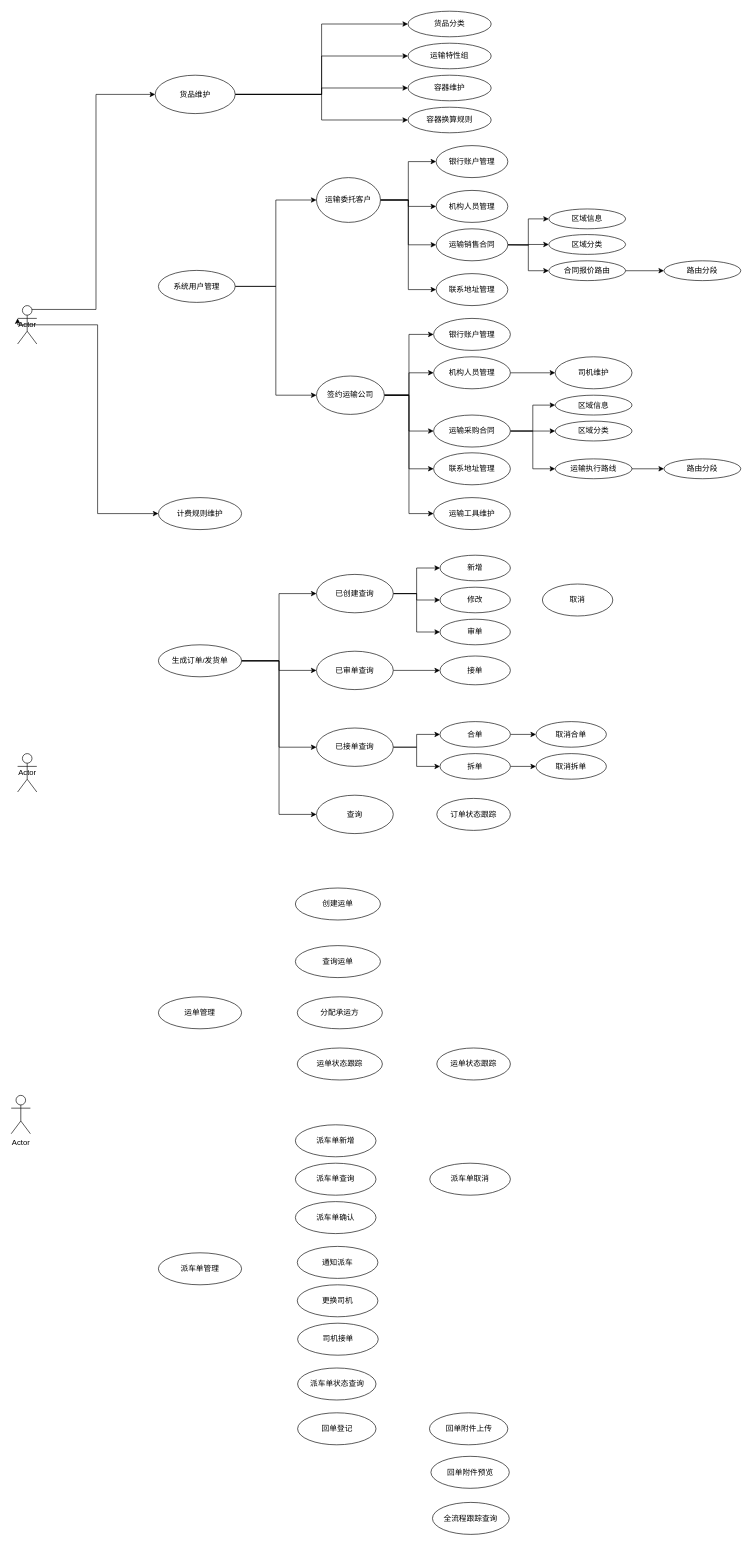
Before: user-case.drawio in coding-now/blog-comments, a draw.io diagram. Source tidied: cells renumbered, new cells numbered last; positions are measured from the earlier drawing's top-left corner, leaving out a move shared by most shapes. Both pictures are drawn from the tidied source at 64%, with x=0, y=0 at pixel (11, 11).
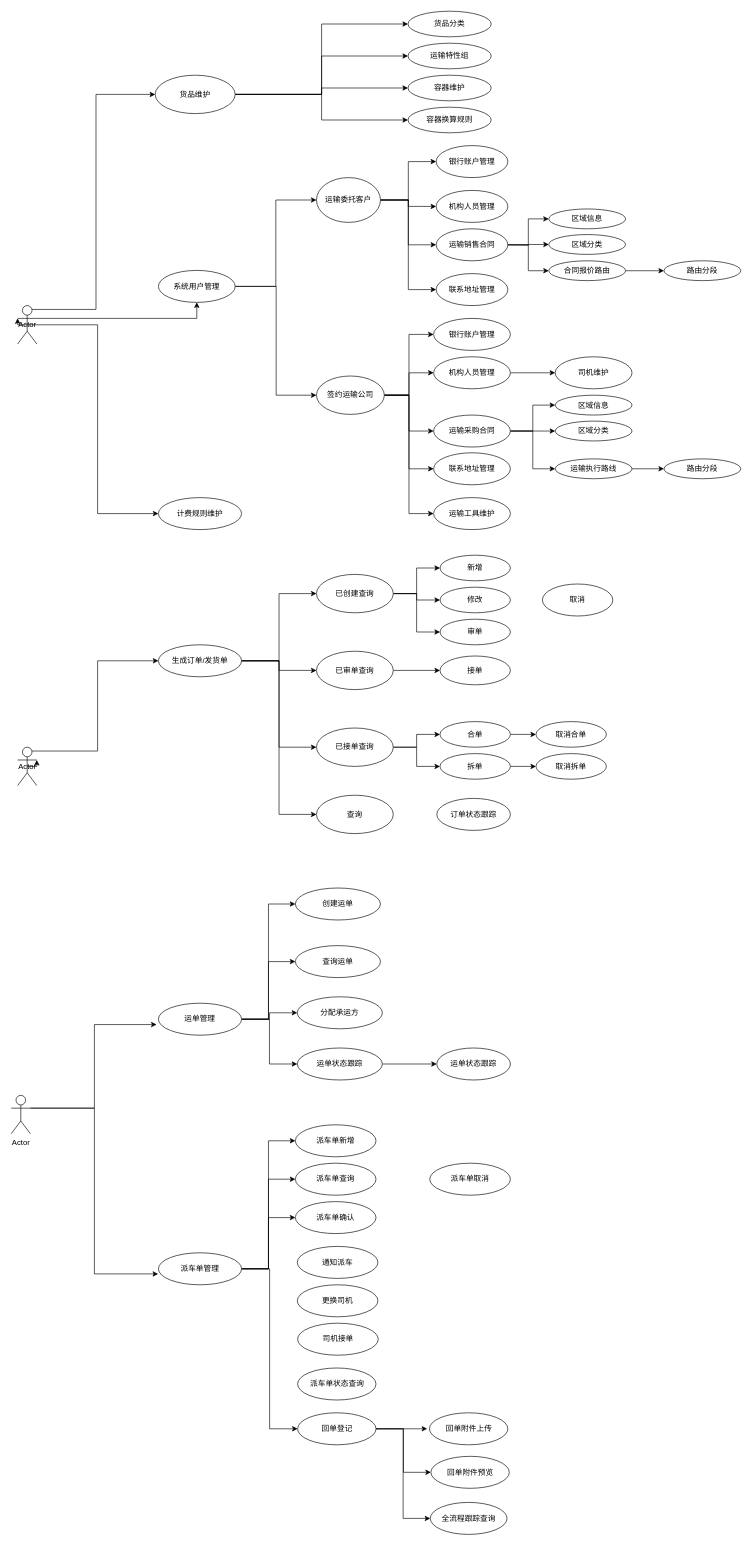
The same diagram, later.

Unchanged cells that the change refers to:
```xml
<mxCell id="4" value="Actor" style="shape=umlActor;verticalLabelPosition=middle;verticalAlign=middle;html=1;labelPosition=center;align=center;" parent="1" vertex="1">
  <mxGeometry x="10" y="460" width="30" height="60" as="geometry" />
</mxCell>
<mxCell id="16" value="系统用户管理" style="ellipse;whiteSpace=wrap;html=1;labelPosition=center;verticalLabelPosition=middle;align=center;verticalAlign=middle;" parent="1" vertex="1">
  <mxGeometry x="230" y="405" width="120" height="50" as="geometry" />
</mxCell>
<mxCell id="27" value="签约运输公司" style="ellipse;whiteSpace=wrap;html=1;labelPosition=center;verticalLabelPosition=middle;align=center;verticalAlign=middle;" parent="1" vertex="1">
  <mxGeometry x="477" y="570" width="106" height="60" as="geometry" />
</mxCell>
<mxCell id="58" value="生成订单/发货单" style="ellipse;whiteSpace=wrap;html=1;labelPosition=center;verticalLabelPosition=middle;align=center;verticalAlign=middle;" parent="1" vertex="1">
  <mxGeometry x="230" y="990" width="130" height="50" as="geometry" />
</mxCell>
<mxCell id="85" value="创建运单" style="ellipse;whiteSpace=wrap;html=1;labelPosition=center;verticalLabelPosition=middle;align=center;verticalAlign=middle;" parent="1" vertex="1">
  <mxGeometry x="444" y="1370" width="133" height="50" as="geometry" />
</mxCell>
<mxCell id="86" value="查询运单" style="ellipse;whiteSpace=wrap;html=1;labelPosition=center;verticalLabelPosition=middle;align=center;verticalAlign=middle;" parent="1" vertex="1">
  <mxGeometry x="444" y="1460" width="133" height="50" as="geometry" />
</mxCell>
<mxCell id="87" value="分配承运方" style="ellipse;whiteSpace=wrap;html=1;labelPosition=center;verticalLabelPosition=middle;align=center;verticalAlign=middle;" parent="1" vertex="1">
  <mxGeometry x="447" y="1540" width="133" height="50" as="geometry" />
</mxCell>
<mxCell id="88" value="运单状态跟踪" style="ellipse;whiteSpace=wrap;html=1;labelPosition=center;verticalLabelPosition=middle;align=center;verticalAlign=middle;" parent="1" vertex="1">
  <mxGeometry x="447" y="1620" width="133" height="50" as="geometry" />
</mxCell>
<mxCell id="89" value="运单状态跟踪" style="ellipse;whiteSpace=wrap;html=1;labelPosition=center;verticalLabelPosition=middle;align=center;verticalAlign=middle;" parent="1" vertex="1">
  <mxGeometry x="665" y="1620" width="115" height="50" as="geometry" />
</mxCell>
<mxCell id="90" value="派车单管理" style="ellipse;whiteSpace=wrap;html=1;labelPosition=center;verticalLabelPosition=middle;align=center;verticalAlign=middle;" parent="1" vertex="1">
  <mxGeometry x="230" y="1940" width="130" height="50" as="geometry" />
</mxCell>
<mxCell id="91" value="派车单新增" style="ellipse;whiteSpace=wrap;html=1;labelPosition=center;verticalLabelPosition=middle;align=center;verticalAlign=middle;" parent="1" vertex="1">
  <mxGeometry x="444" y="1740" width="126" height="50" as="geometry" />
</mxCell>
<mxCell id="92" value="派车单查询" style="ellipse;whiteSpace=wrap;html=1;labelPosition=center;verticalLabelPosition=middle;align=center;verticalAlign=middle;" parent="1" vertex="1">
  <mxGeometry x="444" y="1800" width="126" height="50" as="geometry" />
</mxCell>
<mxCell id="93" value="派车单确认" style="ellipse;whiteSpace=wrap;html=1;labelPosition=center;verticalLabelPosition=middle;align=center;verticalAlign=middle;" parent="1" vertex="1">
  <mxGeometry x="444" y="1860" width="126" height="50" as="geometry" />
</mxCell>
<mxCell id="99" value="回单登记" style="ellipse;whiteSpace=wrap;html=1;labelPosition=center;verticalLabelPosition=middle;align=center;verticalAlign=middle;" parent="1" vertex="1">
  <mxGeometry x="447.5" y="2190" width="122.5" height="50" as="geometry" />
</mxCell>
<mxCell id="101" value="回单附件预览&lt;br&gt;" style="ellipse;whiteSpace=wrap;html=1;labelPosition=center;verticalLabelPosition=middle;align=center;verticalAlign=middle;" parent="1" vertex="1">
  <mxGeometry x="655.8" y="2258" width="122.5" height="50" as="geometry" />
</mxCell>
<mxCell id="104" value="Actor" style="shape=umlActor;verticalLabelPosition=bottom;verticalAlign=top;html=1;" parent="1" vertex="1">
  <mxGeometry y="1694" width="30" height="60" as="geometry" />
</mxCell>
```

The edit, as a diff of the source:
```diff
@@
+    <mxCell id="105" style="edgeStyle=orthogonalEdgeStyle;rounded=0;jettySize=auto;html=1;exitX=1;exitY=0.3333333333333333;exitDx=0;exitDy=0;exitPerimeter=0;entryX=0.5;entryY=1;entryDx=0;entryDy=0;" parent="1" edge="1" source="4" target="16">
+      <mxGeometry relative="1" as="geometry" />
+    </mxCell>
@@
     <mxCell id="15" style="edgeStyle=orthogonalEdgeStyle;rounded=0;jettySize=auto;html=1;exitX=1;exitY=0.5;exitDx=0;exitDy=0;entryX=0;entryY=0.5;entryDx=0;entryDy=0;labelPosition=center;verticalLabelPosition=middle;align=center;verticalAlign=middle;" parent="1" edge="1" source="16" target="27">
-      <mxGeometry relative="1" as="geometry" />
+      <mxGeometry relative="1" as="geometry">
+        <Array as="points">
+          <mxPoint x="414" y="430" />
+          <mxPoint x="414" y="600" />
+        </Array>
+      </mxGeometry>
     </mxCell>
@@
+    <mxCell id="106" style="edgeStyle=orthogonalEdgeStyle;rounded=0;jettySize=auto;html=1;exitX=1;exitY=0.5;exitDx=0;exitDy=0;entryX=0;entryY=0.5;entryDx=0;entryDy=0;" parent="1" edge="1" source="59" target="85">
+      <mxGeometry relative="1" as="geometry" />
+    </mxCell>
+    <mxCell id="107" style="edgeStyle=orthogonalEdgeStyle;rounded=0;jettySize=auto;html=1;exitX=1;exitY=0.5;exitDx=0;exitDy=0;entryX=0;entryY=0.5;entryDx=0;entryDy=0;" parent="1" edge="1" source="59" target="88">
+      <mxGeometry relative="1" as="geometry" />
+    </mxCell>
+    <mxCell id="108" style="edgeStyle=orthogonalEdgeStyle;rounded=0;jettySize=auto;html=1;exitX=1;exitY=0.5;exitDx=0;exitDy=0;entryX=0;entryY=0.5;entryDx=0;entryDy=0;" parent="1" edge="1" source="59" target="86">
+      <mxGeometry relative="1" as="geometry" />
+    </mxCell>
+    <mxCell id="109" style="edgeStyle=orthogonalEdgeStyle;rounded=0;jettySize=auto;html=1;exitX=1;exitY=0.5;exitDx=0;exitDy=0;" parent="1" edge="1" source="59" target="87">
+      <mxGeometry relative="1" as="geometry" />
+    </mxCell>
     <mxCell id="59" value="运单管理" style="ellipse;whiteSpace=wrap;html=1;labelPosition=center;verticalLabelPosition=middle;align=center;verticalAlign=middle;" parent="1" vertex="1">
-      <mxGeometry x="230" y="1540" width="130" height="50" as="geometry" />
+      <mxGeometry x="230" y="1550" width="130" height="50" as="geometry" />
     </mxCell>
@@
+    <mxCell id="110" style="edgeStyle=orthogonalEdgeStyle;rounded=0;jettySize=auto;html=1;exitX=0.75;exitY=0.1;exitDx=0;exitDy=0;exitPerimeter=0;entryX=0;entryY=0.5;entryDx=0;entryDy=0;" parent="1" edge="1" source="62" target="58">
+      <mxGeometry relative="1" as="geometry" />
+    </mxCell>
     <mxCell id="62" value="Actor" style="shape=umlActor;verticalLabelPosition=middle;verticalAlign=middle;html=1;labelPosition=center;align=center;" parent="1" vertex="1">
-      <mxGeometry x="10" y="1160" width="30" height="60" as="geometry" />
+      <mxGeometry x="10" y="1150" width="30" height="60" as="geometry" />
     </mxCell>
@@
+    <mxCell id="111" style="edgeStyle=orthogonalEdgeStyle;rounded=0;jettySize=auto;html=1;exitX=1;exitY=0.5;exitDx=0;exitDy=0;entryX=0;entryY=0.5;entryDx=0;entryDy=0;" parent="1" edge="1" source="88" target="89">
+      <mxGeometry relative="1" as="geometry" />
+    </mxCell>
@@
+    <mxCell id="112" style="edgeStyle=orthogonalEdgeStyle;rounded=0;jettySize=auto;html=1;exitX=1;exitY=0.5;exitDx=0;exitDy=0;entryX=0;entryY=0.5;entryDx=0;entryDy=0;" parent="1" edge="1" source="90" target="91">
+      <mxGeometry relative="1" as="geometry" />
+    </mxCell>
+    <mxCell id="113" style="edgeStyle=orthogonalEdgeStyle;rounded=0;jettySize=auto;html=1;exitX=1;exitY=0.5;exitDx=0;exitDy=0;entryX=0;entryY=0.5;entryDx=0;entryDy=0;" parent="1" edge="1" source="90" target="92">
+      <mxGeometry relative="1" as="geometry" />
+    </mxCell>
+    <mxCell id="114" style="edgeStyle=orthogonalEdgeStyle;rounded=0;jettySize=auto;html=1;exitX=1;exitY=0.5;exitDx=0;exitDy=0;entryX=0;entryY=0.5;entryDx=0;entryDy=0;" parent="1" edge="1" source="90" target="93">
+      <mxGeometry relative="1" as="geometry" />
+    </mxCell>
+    <mxCell id="115" style="edgeStyle=orthogonalEdgeStyle;rounded=0;jettySize=auto;html=1;exitX=1;exitY=0.5;exitDx=0;exitDy=0;entryX=0;entryY=0.5;entryDx=0;entryDy=0;" parent="1" edge="1" source="90" target="99">
+      <mxGeometry relative="1" as="geometry" />
+    </mxCell>
@@
+    <mxCell id="116" style="edgeStyle=orthogonalEdgeStyle;rounded=0;jettySize=auto;html=1;exitX=1;exitY=0.5;exitDx=0;exitDy=0;" parent="1" edge="1" source="99">
+      <mxGeometry relative="1" as="geometry">
+        <mxPoint x="650" y="2215" as="targetPoint" />
+      </mxGeometry>
+    </mxCell>
+    <mxCell id="117" style="edgeStyle=orthogonalEdgeStyle;rounded=0;jettySize=auto;html=1;exitX=1;exitY=0.5;exitDx=0;exitDy=0;entryX=0;entryY=0.5;entryDx=0;entryDy=0;" parent="1" edge="1" source="99" target="101">
+      <mxGeometry relative="1" as="geometry" />
+    </mxCell>
+    <mxCell id="118" style="edgeStyle=orthogonalEdgeStyle;rounded=0;jettySize=auto;html=1;exitX=1;exitY=0.5;exitDx=0;exitDy=0;entryX=0;entryY=0.5;entryDx=0;entryDy=0;" parent="1" edge="1" source="99" target="102">
+      <mxGeometry relative="1" as="geometry" />
+    </mxCell>
@@
     <mxCell id="102" value="全流程跟踪查询" style="ellipse;whiteSpace=wrap;html=1;labelPosition=center;verticalLabelPosition=middle;align=center;verticalAlign=middle;" parent="1" vertex="1">
-      <mxGeometry x="658.2" y="2330" width="120" height="50" as="geometry" />
+      <mxGeometry x="654.8" y="2330" width="120" height="50" as="geometry" />
     </mxCell>
@@
+    <mxCell id="119" style="edgeStyle=orthogonalEdgeStyle;rounded=0;jettySize=auto;html=1;exitX=1;exitY=0.3333333333333333;exitDx=0;exitDy=0;exitPerimeter=0;entryX=-0.022;entryY=0.668;entryDx=0;entryDy=0;entryPerimeter=0;" parent="1" edge="1" source="104" target="59">
+      <mxGeometry relative="1" as="geometry">
+        <Array as="points">
+          <mxPoint x="130" y="1714" />
+          <mxPoint x="130" y="1583" />
+        </Array>
+      </mxGeometry>
+    </mxCell>
+    <mxCell id="120" style="edgeStyle=orthogonalEdgeStyle;rounded=0;jettySize=auto;html=1;exitX=1;exitY=0.3333333333333333;exitDx=0;exitDy=0;exitPerimeter=0;entryX=-0.003;entryY=0.66;entryDx=0;entryDy=0;entryPerimeter=0;" parent="1" edge="1" source="104" target="90">
+      <mxGeometry relative="1" as="geometry" />
+    </mxCell>
@@
+    <mxCell id="121" style="edgeStyle=orthogonalEdgeStyle;rounded=0;orthogonalLoop=1;jettySize=auto;html=1;exitX=0.5;exitY=0.5;exitDx=0;exitDy=0;exitPerimeter=0;entryX=1;entryY=0.3333333333333333;entryDx=0;entryDy=0;entryPerimeter=0;" parent="1" edge="1" source="62" target="62">
+      <mxGeometry relative="1" as="geometry" />
+    </mxCell>
```
